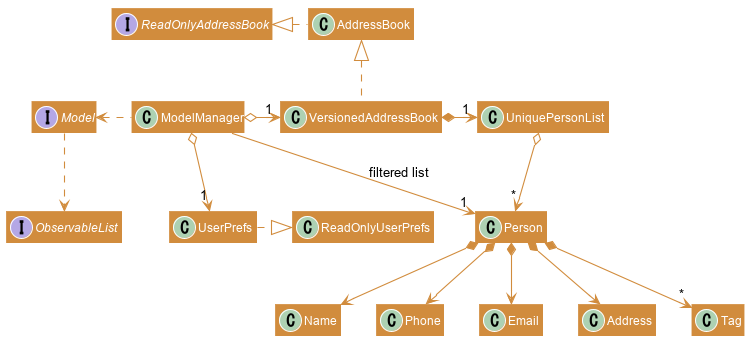
The PlantUML diagram docs/images/model-class-diagram.png in se-edu/addressbook-level4, before a commit. The source it was exported from:
```plantuml
@startuml








skinparam BackgroundColor #FFFFFFF

skinparam Shadowing false

skinparam Class {
    FontColor White
    BorderThickness 0
    BorderColor #FFFFFF
}

skinparam Actor {
    BorderColor #000000
    Color #000000
}


skinparam Sequence {
    MessageAlign center
    BoxFontSize 15
    BoxPadding 0
    BoxFontColor #FFFFFF
}


skinparam Participant {
    FontColor #FFFFFFF
    Padding 20
}

skinparam MinClassWidth 50
skinparam ParticipantPadding 10
skinparam Shadowing false
skinparam DefaultTextAlignment center

hide footbox
hide members
skinparam arrowThickness 1.1
skinparam arrowColor #D18C3D
skinparam classBackgroundColor #D18C3D

hide members

Interface ReadOnlyAddressBook
Interface Model
Interface ObservableList

AddressBook .left.|> ReadOnlyAddressBook
VersionedAddressBook .up.|> AddressBook

ModelManager .left.> Model
Model ..> ObservableList
ModelManager o-right-> "1" VersionedAddressBook
ModelManager o-right-> "1" UserPrefs
UserPrefs .right.|> ReadOnlyUserPrefs
VersionedAddressBook -[hidden]down- UserPrefs

VersionedAddressBook *-> "1" UniquePersonList
UniquePersonList o--> "*" Person
Person *--> Name
Person *--> Phone
Person *--> Email
Person *--> Address
Person *--> "*" Tag

ModelManager -->"1" Person : filtered list
@enduml
```
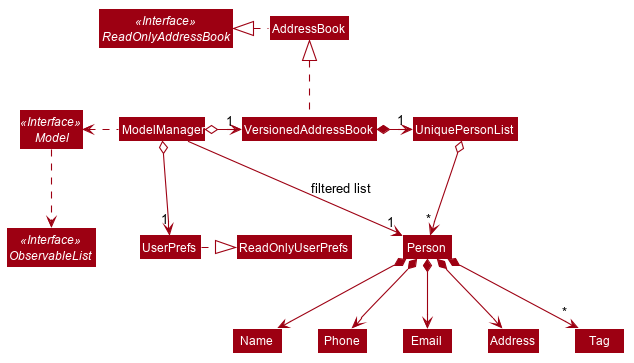
Later version of the same file.

What changed in the source:
```diff
@@ -12,9 +12,10 @@
 skinparam Shadowing false
 
 skinparam Class {
-    FontColor White
-    BorderThickness 0
+    FontColor #FFFFFF
+    BorderThickness 1
     BorderColor #FFFFFF
+    StereotypeFontColor #FFFFFF
 }
 
 skinparam Actor {
@@ -22,14 +23,12 @@
     Color #000000
 }
 
-
 skinparam Sequence {
     MessageAlign center
     BoxFontSize 15
     BoxPadding 0
     BoxFontColor #FFFFFF
 }
-
 
 skinparam Participant {
     FontColor #FFFFFFF
@@ -40,18 +39,18 @@
 skinparam ParticipantPadding 10
 skinparam Shadowing false
 skinparam DefaultTextAlignment center
+skinparam packageStyle Rectangle
 
 hide footbox
 hide members
+hide circle
 skinparam arrowThickness 1.1
-skinparam arrowColor #D18C3D
-skinparam classBackgroundColor #D18C3D
+skinparam arrowColor #9D0012
+skinparam classBackgroundColor #9D0012
 
-hide members
-
-Interface ReadOnlyAddressBook
-Interface Model
-Interface ObservableList
+Interface ReadOnlyAddressBook <<Interface>>
+Interface Model <<Interface>>
+Interface ObservableList <<Interface>>
 
 AddressBook .left.|> ReadOnlyAddressBook
 VersionedAddressBook .up.|> AddressBook
```
